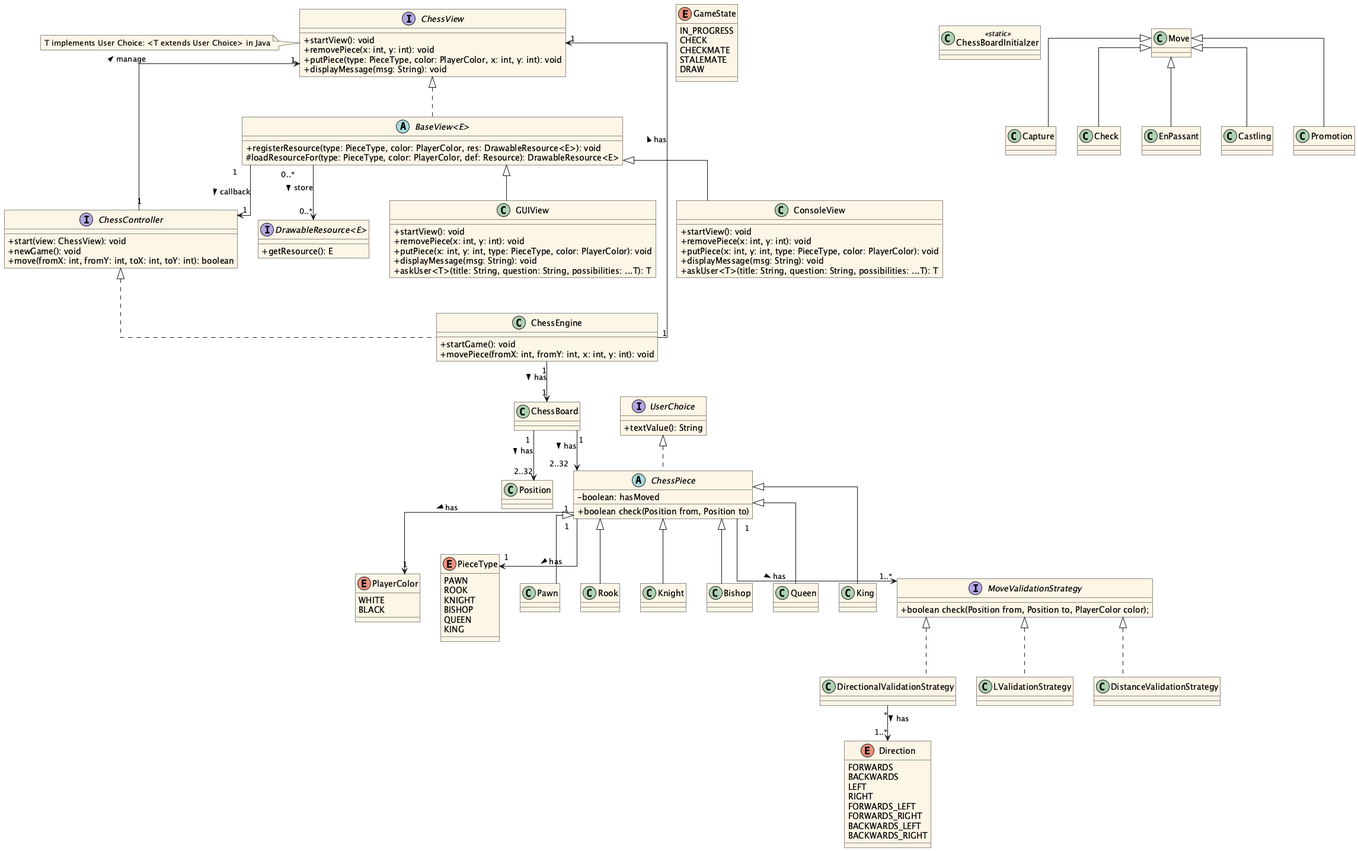
Before: docs/uml.png, a diagram exported from PlantUML (HEIG-VD-BA3-POO/labo08).
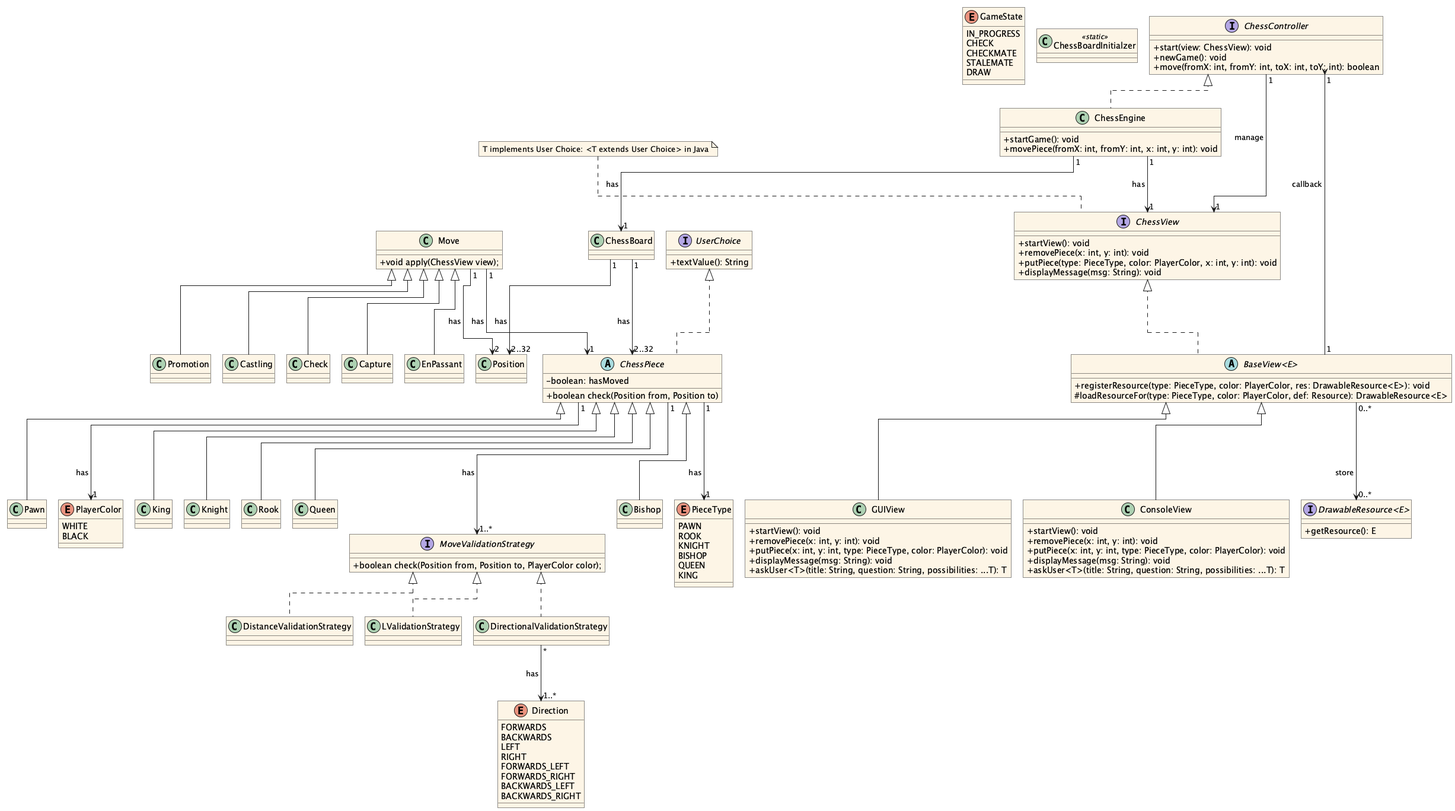
Later version of the same file.

Commit message:
Refactor uml + abstract view movement

What changed in the source:
```diff
@@ -1,4 +1,5 @@
 @startuml
+!pragma layout elk
 skinparam linetype ortho
 skinparam roundCorner 0
 skinparam classAttributeIconSize 0
@@ -116,7 +117,9 @@
     BACKWARDS_RIGHT
 }
 
-class Move {}
+class Move {
+    + void apply(ChessView view);
+}
 
 class Capture extends Move {}
 class Check extends Move {}
@@ -138,4 +141,7 @@
 
 DirectionalValidationStrategy "*" --> "1..*" Direction : has >
 
+Move "1" --> "2" Position : has >
+Move "1" --> "1" ChessPiece : has >
+
 @enduml
```
